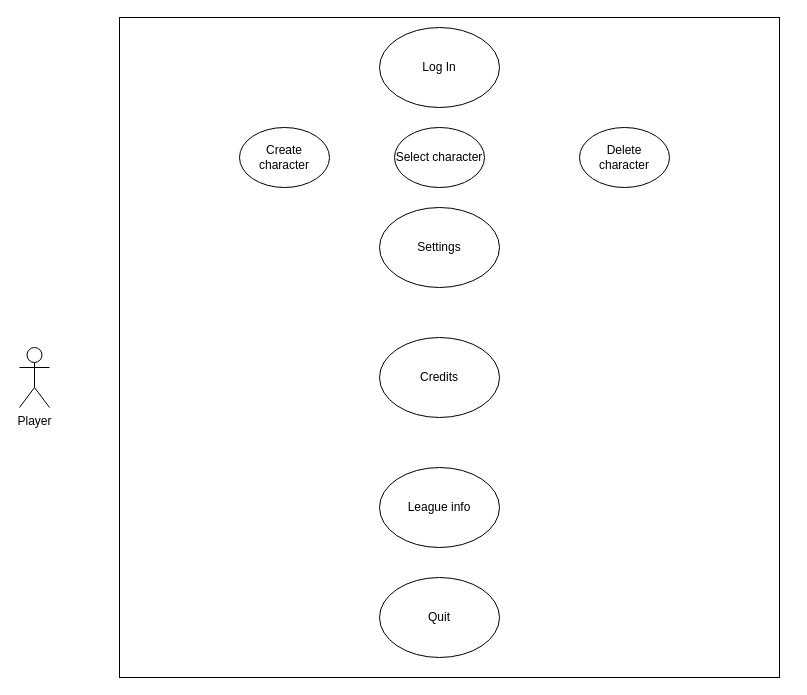
JA-Richardson/python-hello-world keeps this draw.io diagram as Untitled Diagram.drawio. Above is the earlier version. Source tidied: cells renumbered, new cells numbered last; positions are measured from the earlier drawing's top-left corner, leaving out a move shared by most shapes. Both pictures are drawn from the tidied source at 100%, with x=0, y=0 at pixel (19, 17).
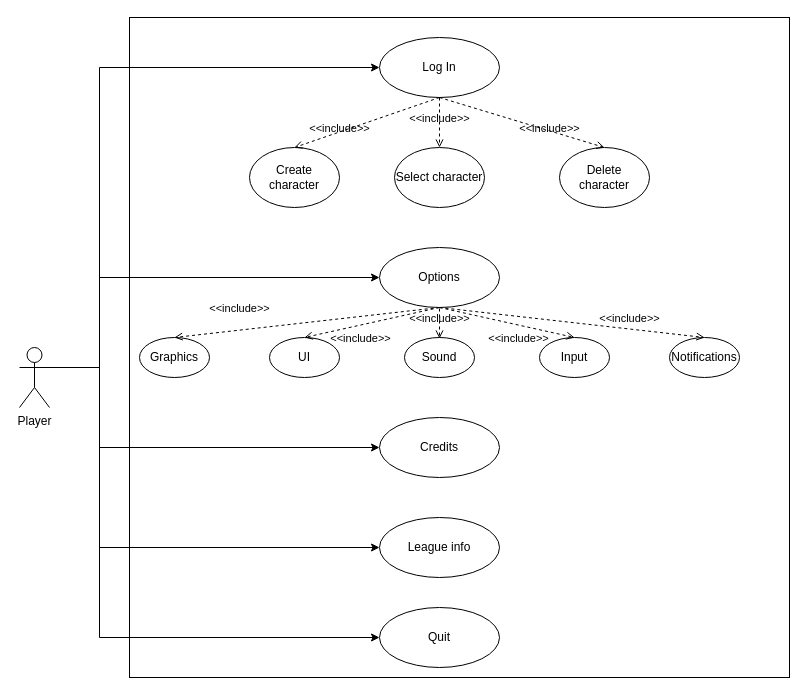
Above is the later version.

The change refers to these unchanged cells:
```xml
<mxCell id="2" value="Player" style="shape=umlActor;verticalLabelPosition=bottom;verticalAlign=top;html=1;outlineConnect=0;" parent="1" vertex="1">
  <mxGeometry y="330" width="30" height="60" as="geometry" />
</mxCell>
```

The edit, as a diff of the source:
```diff
@@
+    <mxCell id="3" style="whiteSpace=wrap;html=1;" parent="1" vertex="1">
+      <mxGeometry x="110" width="660" height="660" as="geometry" />
+    </mxCell>
+    <mxCell id="12" style="edgeStyle=orthogonalEdgeStyle;rounded=0;jettySize=auto;html=1;entryX=0;entryY=0.5;entryDx=0;entryDy=0;" parent="1" edge="1" source="2" target="4">
+      <mxGeometry relative="1" as="geometry">
+        <Array as="points">
+          <mxPoint x="80" y="350" />
+          <mxPoint x="80" y="50" />
+        </Array>
+      </mxGeometry>
+    </mxCell>
+    <mxCell id="13" style="edgeStyle=orthogonalEdgeStyle;rounded=0;jettySize=auto;html=1;entryX=0;entryY=0.5;entryDx=0;entryDy=0;" parent="1" edge="1" source="2" target="5">
+      <mxGeometry relative="1" as="geometry">
+        <Array as="points">
+          <mxPoint x="80" y="350" />
+          <mxPoint x="80" y="260" />
+        </Array>
+      </mxGeometry>
+    </mxCell>
+    <mxCell id="14" style="edgeStyle=orthogonalEdgeStyle;rounded=0;jettySize=auto;html=1;entryX=0;entryY=0.5;entryDx=0;entryDy=0;" parent="1" edge="1" source="2" target="6">
+      <mxGeometry relative="1" as="geometry">
+        <Array as="points">
+          <mxPoint x="80" y="350" />
+          <mxPoint x="80" y="430" />
+        </Array>
+      </mxGeometry>
+    </mxCell>
+    <mxCell id="15" style="edgeStyle=orthogonalEdgeStyle;rounded=0;jettySize=auto;html=1;entryX=0;entryY=0.5;entryDx=0;entryDy=0;" parent="1" edge="1" source="2" target="7">
+      <mxGeometry relative="1" as="geometry">
+        <Array as="points">
+          <mxPoint x="80" y="350" />
+          <mxPoint x="80" y="530" />
+        </Array>
+      </mxGeometry>
+    </mxCell>
+    <mxCell id="16" style="edgeStyle=orthogonalEdgeStyle;rounded=0;jettySize=auto;html=1;entryX=0;entryY=0.5;entryDx=0;entryDy=0;" parent="1" edge="1" source="2" target="8">
+      <mxGeometry relative="1" as="geometry">
+        <Array as="points">
+          <mxPoint x="80" y="350" />
+          <mxPoint x="80" y="620" />
+        </Array>
+      </mxGeometry>
+    </mxCell>
@@
-    <mxCell id="3" style="whiteSpace=wrap;html=1;" parent="1" vertex="1">
-      <mxGeometry x="100" width="660" height="660" as="geometry" />
-    </mxCell>
     <mxCell id="4" value="Log In" style="ellipse;whiteSpace=wrap;html=1;" parent="1" vertex="1">
-      <mxGeometry x="360" y="10" width="120" height="80" as="geometry" />
+      <mxGeometry x="360" y="20" width="120" height="60" as="geometry" />
     </mxCell>
-    <mxCell id="5" value="Settings" style="ellipse;whiteSpace=wrap;html=1;" parent="1" vertex="1">
-      <mxGeometry x="360" y="190" width="120" height="80" as="geometry" />
+    <mxCell id="5" value="Options" style="ellipse;whiteSpace=wrap;html=1;" parent="1" vertex="1">
+      <mxGeometry x="360" y="230" width="120" height="60" as="geometry" />
     </mxCell>
     <mxCell id="6" value="Credits" style="ellipse;whiteSpace=wrap;html=1;" parent="1" vertex="1">
-      <mxGeometry x="360" y="320" width="120" height="80" as="geometry" />
+      <mxGeometry x="360" y="400" width="120" height="60" as="geometry" />
     </mxCell>
     <mxCell id="7" value="League info" style="ellipse;whiteSpace=wrap;html=1;" parent="1" vertex="1">
-      <mxGeometry x="360" y="450" width="120" height="80" as="geometry" />
+      <mxGeometry x="360" y="500" width="120" height="60" as="geometry" />
     </mxCell>
     <mxCell id="8" value="Quit" style="ellipse;whiteSpace=wrap;html=1;" parent="1" vertex="1">
-      <mxGeometry x="360" y="560" width="120" height="80" as="geometry" />
+      <mxGeometry x="360" y="590" width="120" height="60" as="geometry" />
     </mxCell>
     <mxCell id="9" value="Create character" style="ellipse;whiteSpace=wrap;html=1;" parent="1" vertex="1">
-      <mxGeometry x="220" y="110" width="90" height="60" as="geometry" />
+      <mxGeometry x="230" y="130" width="90" height="60" as="geometry" />
     </mxCell>
     <mxCell id="10" value="Select character" style="ellipse;whiteSpace=wrap;html=1;" parent="1" vertex="1">
-      <mxGeometry x="375" y="110" width="90" height="60" as="geometry" />
+      <mxGeometry x="375" y="130" width="90" height="60" as="geometry" />
     </mxCell>
     <mxCell id="11" value="Delete character" style="ellipse;whiteSpace=wrap;html=1;" parent="1" vertex="1">
-      <mxGeometry x="560" y="110" width="90" height="60" as="geometry" />
+      <mxGeometry x="540" y="130" width="90" height="60" as="geometry" />
     </mxCell>
+    <mxCell id="17" value="Graphics" style="ellipse;whiteSpace=wrap;html=1;" parent="1" vertex="1">
+      <mxGeometry x="120" y="320" width="70" height="40" as="geometry" />
+    </mxCell>
+    <mxCell id="18" value="Sound" style="ellipse;whiteSpace=wrap;html=1;" parent="1" vertex="1">
+      <mxGeometry x="385" y="320" width="70" height="40" as="geometry" />
+    </mxCell>
+    <mxCell id="19" value="UI" style="ellipse;whiteSpace=wrap;html=1;" parent="1" vertex="1">
+      <mxGeometry x="250" y="320" width="70" height="40" as="geometry" />
+    </mxCell>
+    <mxCell id="20" value="Notifications" style="ellipse;whiteSpace=wrap;html=1;" parent="1" vertex="1">
+      <mxGeometry x="650" y="320" width="70" height="40" as="geometry" />
+    </mxCell>
+    <mxCell id="21" value="Input" style="ellipse;whiteSpace=wrap;html=1;" parent="1" vertex="1">
+      <mxGeometry x="520" y="320" width="70" height="40" as="geometry" />
+    </mxCell>
+    <mxCell id="22" value="&amp;lt;&amp;lt;include&amp;gt;&amp;gt;" style="html=1;verticalAlign=bottom;labelBackgroundColor=none;endArrow=open;endFill=0;dashed=1;exitX=0.5;exitY=1;exitDx=0;exitDy=0;entryX=0.5;entryY=0;entryDx=0;entryDy=0;" parent="1" edge="1" source="4" target="9">
+      <mxGeometry x="0.4" y="5" relative="1" as="geometry" />
+    </mxCell>
+    <mxCell id="23" value="&amp;lt;&amp;lt;include&amp;gt;&amp;gt;" style="html=1;verticalAlign=bottom;labelBackgroundColor=none;endArrow=open;endFill=0;dashed=1;exitX=0.5;exitY=1;exitDx=0;exitDy=0;entryX=0.5;entryY=0;entryDx=0;entryDy=0;" parent="1" edge="1" source="4" target="10">
+      <mxGeometry x="0.2" relative="1" as="geometry" />
+    </mxCell>
+    <mxCell id="24" value="&amp;lt;&amp;lt;include&amp;gt;&amp;gt;" style="html=1;verticalAlign=bottom;labelBackgroundColor=none;endArrow=open;endFill=0;dashed=1;exitX=0.5;exitY=1;exitDx=0;exitDy=0;entryX=0.5;entryY=0;entryDx=0;entryDy=0;" parent="1" edge="1" target="11">
+      <mxGeometry x="0.36" y="-6" relative="1" as="geometry">
+        <mxPoint x="420" y="80" as="sourcePoint" />
+      </mxGeometry>
+    </mxCell>
+    <mxCell id="25" value="&amp;lt;&amp;lt;include&amp;gt;&amp;gt;" style="html=1;verticalAlign=bottom;labelBackgroundColor=none;endArrow=open;endFill=0;dashed=1;entryX=0.5;entryY=0;entryDx=0;entryDy=0;exitX=0.5;exitY=1;exitDx=0;exitDy=0;" parent="1" edge="1" source="5" target="17">
+      <mxGeometry x="0.5" y="-13" relative="1" as="geometry" />
+    </mxCell>
+    <mxCell id="26" value="&amp;lt;&amp;lt;include&amp;gt;&amp;gt;" style="html=1;verticalAlign=bottom;labelBackgroundColor=none;endArrow=open;endFill=0;dashed=1;exitX=0.5;exitY=1;exitDx=0;exitDy=0;entryX=0.5;entryY=0;entryDx=0;entryDy=0;" parent="1" edge="1" source="5" target="19">
+      <mxGeometry x="0.25" y="22" relative="1" as="geometry" />
+    </mxCell>
+    <mxCell id="27" value="&amp;lt;&amp;lt;include&amp;gt;&amp;gt;" style="html=1;verticalAlign=bottom;labelBackgroundColor=none;endArrow=open;endFill=0;dashed=1;exitX=0.5;exitY=1;exitDx=0;exitDy=0;entryX=0.5;entryY=0;entryDx=0;entryDy=0;" parent="1" edge="1">
+      <mxGeometry x="0.27" relative="1" as="geometry">
+        <mxPoint x="420" y="291" as="sourcePoint" />
+        <mxPoint x="420" y="321" as="targetPoint" />
+      </mxGeometry>
+    </mxCell>
+    <mxCell id="28" value="&amp;lt;&amp;lt;include&amp;gt;&amp;gt;" style="html=1;verticalAlign=bottom;labelBackgroundColor=none;endArrow=open;endFill=0;dashed=1;exitX=0.5;exitY=1;exitDx=0;exitDy=0;entryX=0.5;entryY=0;entryDx=0;entryDy=0;" parent="1" edge="1" source="5" target="21">
+      <mxGeometry x="0.25" y="-22" relative="1" as="geometry" />
+    </mxCell>
+    <mxCell id="29" value="&amp;lt;&amp;lt;include&amp;gt;&amp;gt;" style="html=1;verticalAlign=bottom;labelBackgroundColor=none;endArrow=open;endFill=0;dashed=1;entryX=0.5;entryY=0;entryDx=0;entryDy=0;" parent="1" edge="1" target="20">
+      <mxGeometry x="0.43" y="1" relative="1" as="geometry">
+        <mxPoint x="420" y="290" as="sourcePoint" />
+      </mxGeometry>
+    </mxCell>
```
